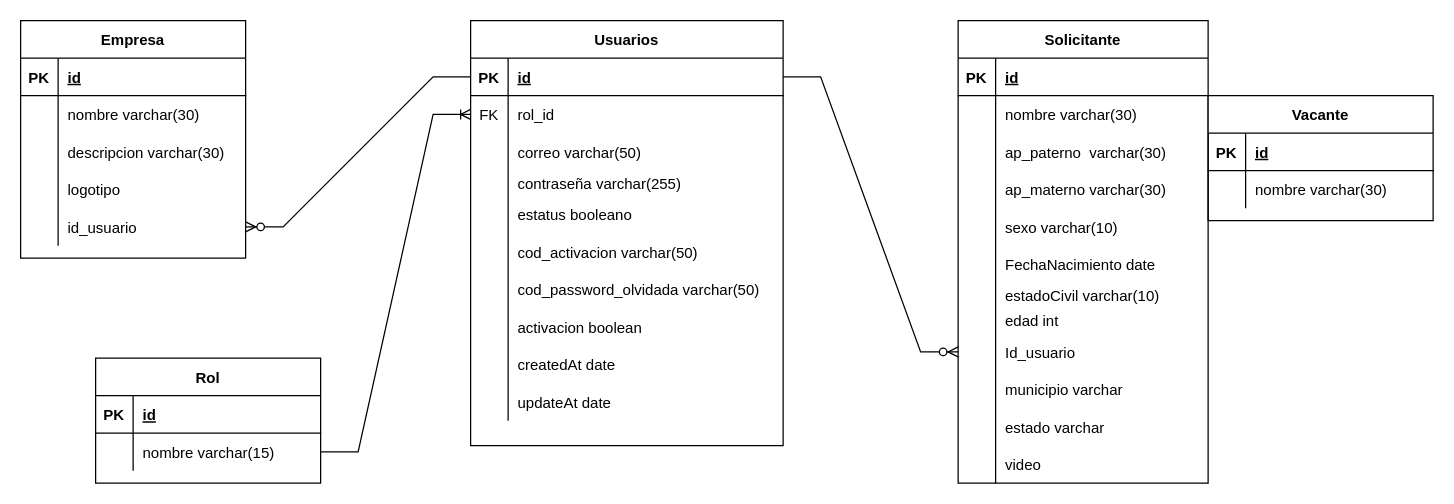
Above: page "Page-1" (1 of 2) of Diagrama BBDD.drawio in soolelu/pilotoE3-Back (draw.io), before the change. Source tidied: cells renumbered, new cells numbered last; positions are measured from the earlier drawing's top-left corner, leaving out a move shared by most shapes. Both pictures are drawn from the tidied source at 125%, with x=0, y=0 at pixel (20, 20).
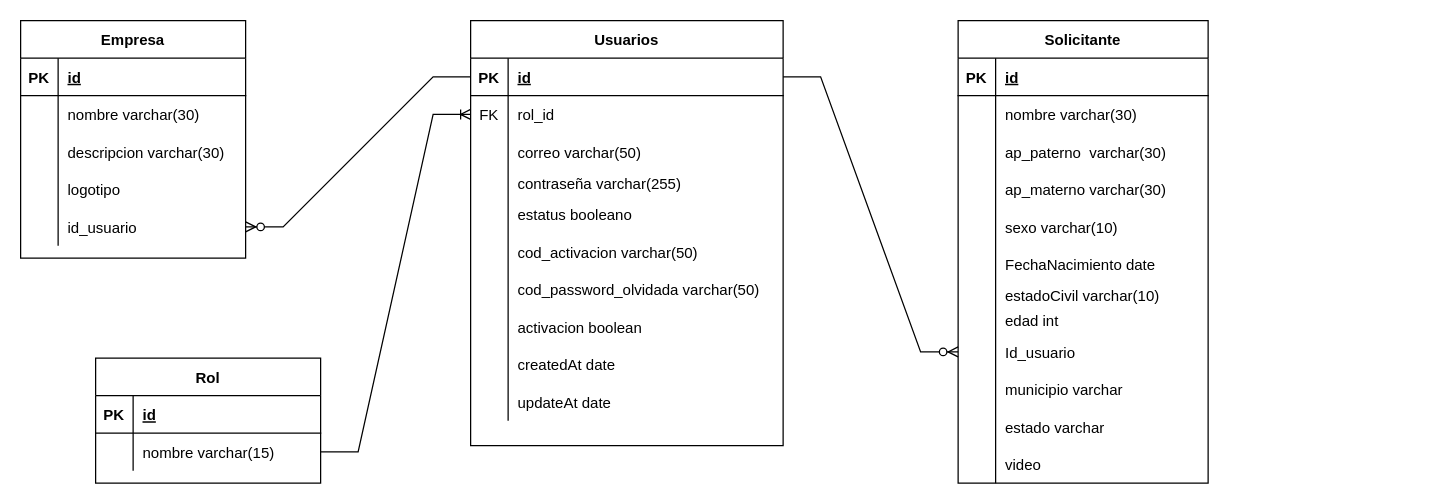
The same diagram, later.

What changed in the source:
```diff
@@
-    <mxCell id="96" value="Vacante" style="shape=table;startSize=30;childLayout=tableLayout;rowLines=0;fontStyle=1;align=center;" parent="1" vertex="1">
-      <mxGeometry x="950" y="60" width="180" height="100" as="geometry" />
-    </mxCell>
-    <mxCell id="97" style="shape=tableRow;horizontal=0;startSize=0;swimlaneHead=0;swimlaneBody=0;fillColor=none;top=0;left=0;right=0;bottom=1;" parent="96" vertex="1">
-      <mxGeometry y="30" width="180" height="30" as="geometry" />
-    </mxCell>
-    <mxCell id="98" value="PK" style="shape=partialRectangle;fillColor=none;top=0;left=0;bottom=0;right=0;fontStyle=1;overflow=hidden;" parent="97" vertex="1">
-      <mxGeometry width="30" height="30" as="geometry" />
-    </mxCell>
-    <mxCell id="99" value="id" style="shape=partialRectangle;fillColor=none;top=0;left=0;bottom=0;right=0;align=left;spacingLeft=6;fontStyle=5;overflow=hidden;" parent="97" vertex="1">
-      <mxGeometry x="30" width="150" height="30" as="geometry" />
-    </mxCell>
-    <mxCell id="100" style="shape=tableRow;horizontal=0;startSize=0;swimlaneHead=0;swimlaneBody=0;fillColor=none;top=0;left=0;right=0;bottom=0;" parent="96" vertex="1">
-      <mxGeometry y="60" width="180" height="30" as="geometry" />
-    </mxCell>
-    <mxCell id="101" style="shape=partialRectangle;fillColor=none;top=0;left=0;bottom=0;right=0;overflow=hidden;" parent="100" vertex="1">
-      <mxGeometry width="30" height="30" as="geometry" />
-    </mxCell>
-    <mxCell id="102" value="nombre varchar(30)" style="shape=partialRectangle;fillColor=none;top=0;left=0;bottom=0;right=0;align=left;spacingLeft=6;overflow=hidden;" parent="100" vertex="1">
-      <mxGeometry x="30" width="150" height="30" as="geometry" />
-    </mxCell>
```
